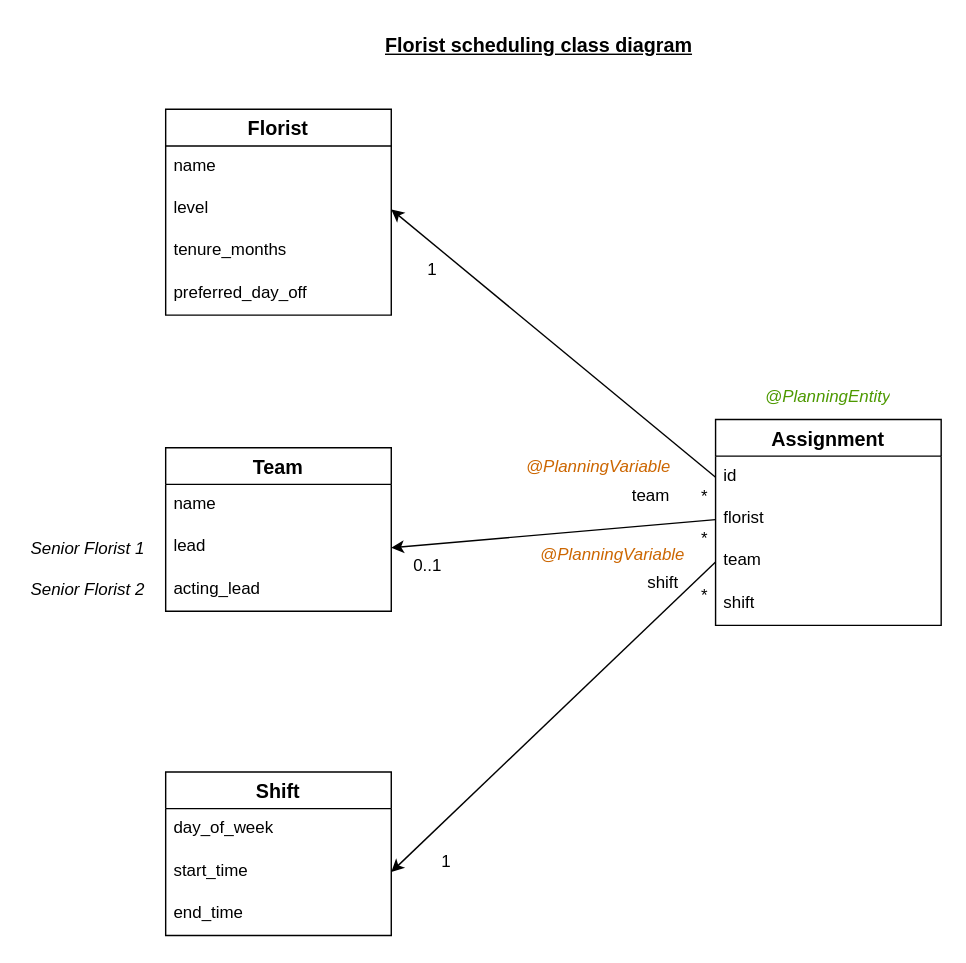
yewshanooi-tech/scheduling keeps this draw.io diagram as diagram.drawio. Above is the earlier version. Source tidied: cells renumbered, new cells numbered last; positions are measured from the earlier drawing's top-left corner, leaving out a move shared by most shapes. Both pictures are drawn from the tidied source at 141%, with x=0, y=0 at pixel (24, 24).
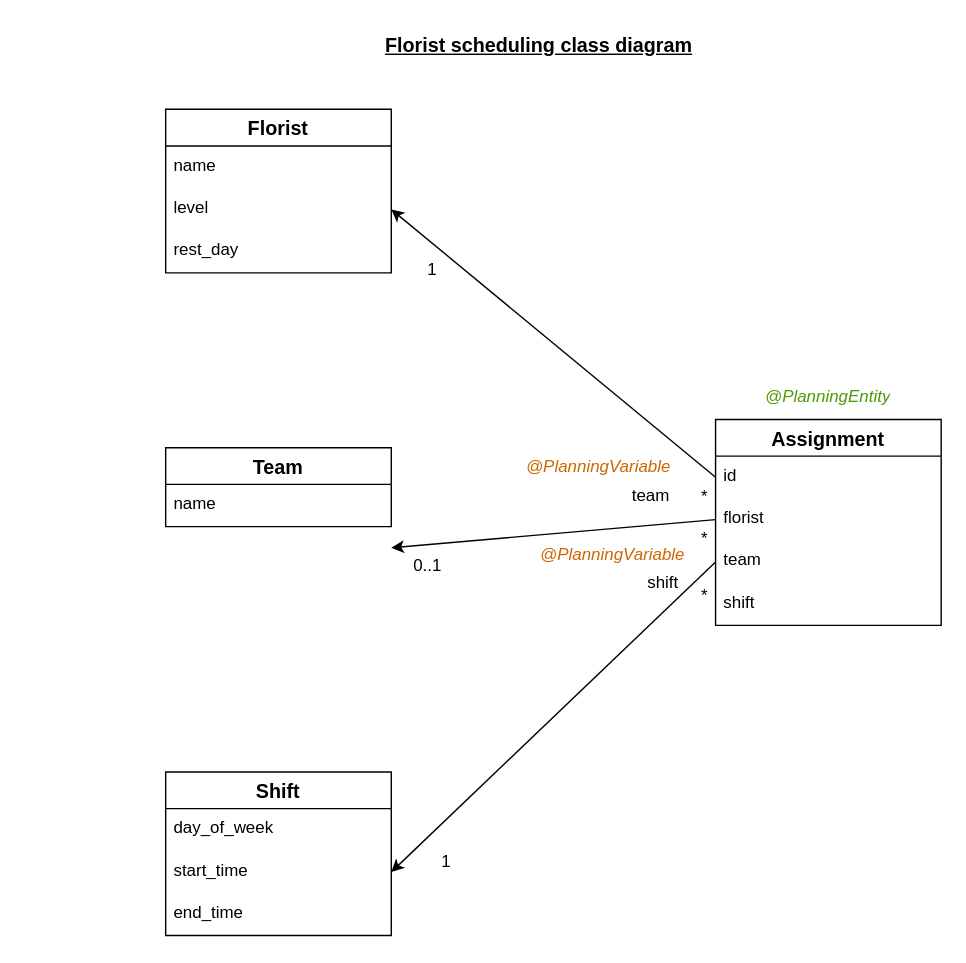
Above is the later version.

Unchanged cells that the change refers to:
```xml
<mxCell id="4" value="florist" style="text;strokeColor=none;fillColor=none;spacingLeft=4;spacingRight=4;overflow=hidden;points=[[0,0.5],[1,0.5]];portConstraint=eastwest;fontSize=12;whiteSpace=wrap;html=1;" parent="2" vertex="1">
  <mxGeometry y="56" width="160" height="30" as="geometry" />
</mxCell>
```

Change to the diagram source:
```diff
@@
     <mxCell id="7" value="Florist" style="swimlane;fontStyle=1;horizontal=1;startSize=26;align=center;fontSize=14;" parent="1" vertex="1">
-      <mxGeometry x="100" y="60" width="160" height="146" as="geometry" />
+      <mxGeometry x="100" y="60" width="160" height="116" as="geometry" />
     </mxCell>
@@
-    <mxCell id="10" value="tenure_months" style="text;strokeColor=none;fillColor=none;spacingLeft=4;spacingRight=4;overflow=hidden;fontSize=12;whiteSpace=wrap;html=1;" parent="7" vertex="1">
+    <mxCell id="10" value="rest_day" style="text;strokeColor=none;fillColor=none;spacingLeft=4;spacingRight=4;overflow=hidden;fontSize=12;whiteSpace=wrap;html=1;" parent="7" vertex="1">
       <mxGeometry y="86" width="160" height="30" as="geometry" />
     </mxCell>
-    <mxCell id="11" value="preferred_day_off" style="text;strokeColor=none;fillColor=none;spacingLeft=4;spacingRight=4;overflow=hidden;fontSize=12;whiteSpace=wrap;html=1;" parent="7" vertex="1">
-      <mxGeometry y="116" width="160" height="30" as="geometry" />
-    </mxCell>
     <mxCell id="12" value="Team" style="swimlane;fontStyle=1;horizontal=1;startSize=26;align=center;fontSize=14;" parent="1" vertex="1">
-      <mxGeometry x="100" y="300" width="160" height="116" as="geometry" />
+      <mxGeometry x="100" y="300" width="160" height="56" as="geometry" />
     </mxCell>
@@
-    <mxCell id="14" value="lead" style="text;spacingLeft=4;spacingRight=4;overflow=hidden;points=[[0,0.5],[1,0.5]];portConstraint=eastwest;fontSize=12;whiteSpace=wrap;html=1;" parent="12" vertex="1">
-      <mxGeometry y="56" width="160" height="30" as="geometry" />
-    </mxCell>
-    <mxCell id="15" value="acting_lead" style="text;spacingLeft=4;spacingRight=4;overflow=hidden;fontSize=12;whiteSpace=wrap;html=1;" parent="12" vertex="1">
-      <mxGeometry y="86" width="160" height="30" as="geometry" />
-    </mxCell>
@@
-    <mxCell id="17" style="edgeStyle=none;html=1;entryX=1;entryY=0.5;entryDx=0;entryDy=0;exitX=0;exitY=0.5;exitDx=0;exitDy=0;" parent="1" edge="1" source="4" target="14">
-      <mxGeometry relative="1" as="geometry" />
+    <mxCell id="17" style="edgeStyle=none;html=1;entryX=1;entryY=0.5;entryDx=0;entryDy=0;exitX=0;exitY=0.5;exitDx=0;exitDy=0;" parent="1" edge="1" source="4">
+      <mxGeometry relative="1" as="geometry">
+        <mxPoint x="260" y="371" as="targetPoint" />
+      </mxGeometry>
     </mxCell>
@@
-    <mxCell id="26" value="Senior Florist 1" style="text;html=1;align=center;verticalAlign=middle;whiteSpace=wrap;rounded=0;fontStyle=2;" parent="1" vertex="1">
-      <mxGeometry y="360" width="90" height="24" as="geometry" />
-    </mxCell>
-    <mxCell id="27" value="Senior Florist 2" style="text;html=1;align=center;verticalAlign=middle;whiteSpace=wrap;rounded=0;fontStyle=2;" parent="1" vertex="1">
-      <mxGeometry y="390" width="90" height="22" as="geometry" />
-    </mxCell>
```
